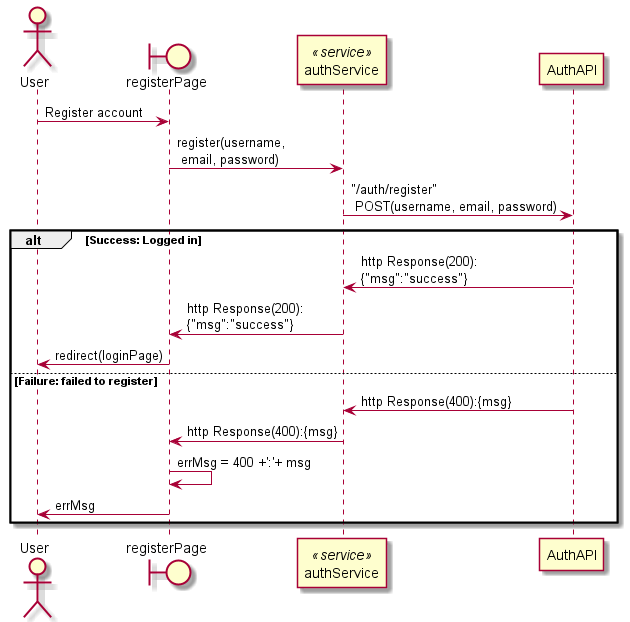
Before: nanoeconomy-dataset-collector/Diagrams/AuthDiags/Register.png, a diagram exported from PlantUML (Spenzy/NEUF-NanoEconomicsUnderFear).
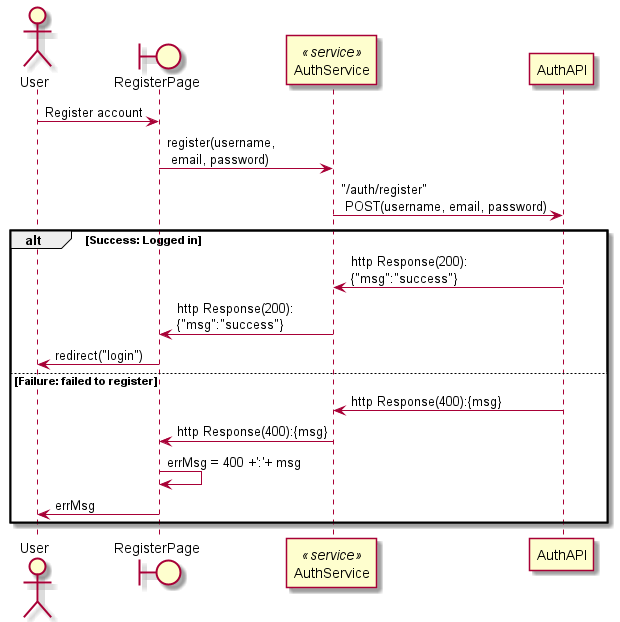
Above is the later version.

Change to the diagram source:
```diff
@@ -1,7 +1,7 @@
 @startuml
 actor User
-boundary registerPage as register
-participant authService as auth <<service>>
+boundary RegisterPage as register
+participant AuthService as auth <<service>>
 
 participant AuthAPI
 
@@ -11,7 +11,7 @@
 alt Success: Logged in
   auth <- AuthAPI:http Response(200):\n{"msg":"success"}
   register <- auth: http Response(200):\n{"msg":"success"}
-  register -> User: redirect(loginPage)
+  register -> User: redirect("login")
 else Failure: failed to register
   auth <- AuthAPI:http Response(400):{msg}
   register <- auth: http Response(400):{msg}
```
